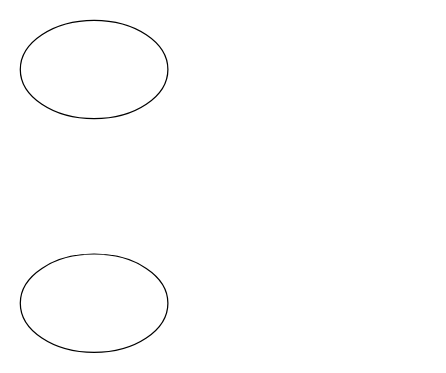
This is 未命名绘图.drawio from PendulumYe/draw-memory-pool, a draw.io file, before an edit. Source tidied: cells renumbered, new cells numbered last; positions are measured from the earlier drawing's top-left corner, leaving out a move shared by most shapes. Both pictures are drawn from the tidied source at 123%, with x=0, y=0 at pixel (20, 20).
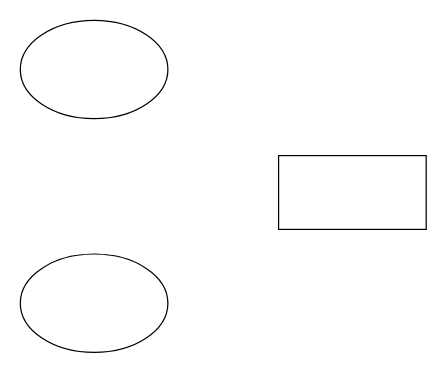
After the change.

Commit message:
更新未命名绘图.drawio

Diff of the diagram source:
```diff
@@
 <mxGraphModel>
   <root>
     <mxCell id="0" />
     <mxCell id="1" parent="0" />
     <mxCell id="2" style="ellipse;whiteSpace=wrap;html=1;" parent="1" vertex="1">
       <mxGeometry width="120" height="80" as="geometry" />
     </mxCell>
     <mxCell id="3" style="ellipse;whiteSpace=wrap;html=1;" parent="1" vertex="1">
       <mxGeometry y="190" width="120" height="80" as="geometry" />
     </mxCell>
+    <mxCell id="4" style="rounded=0;whiteSpace=wrap;html=1;" parent="1" vertex="1">
+      <mxGeometry x="210" y="110" width="120" height="60" as="geometry" />
+    </mxCell>
   </root>
 </mxGraphModel>
```
